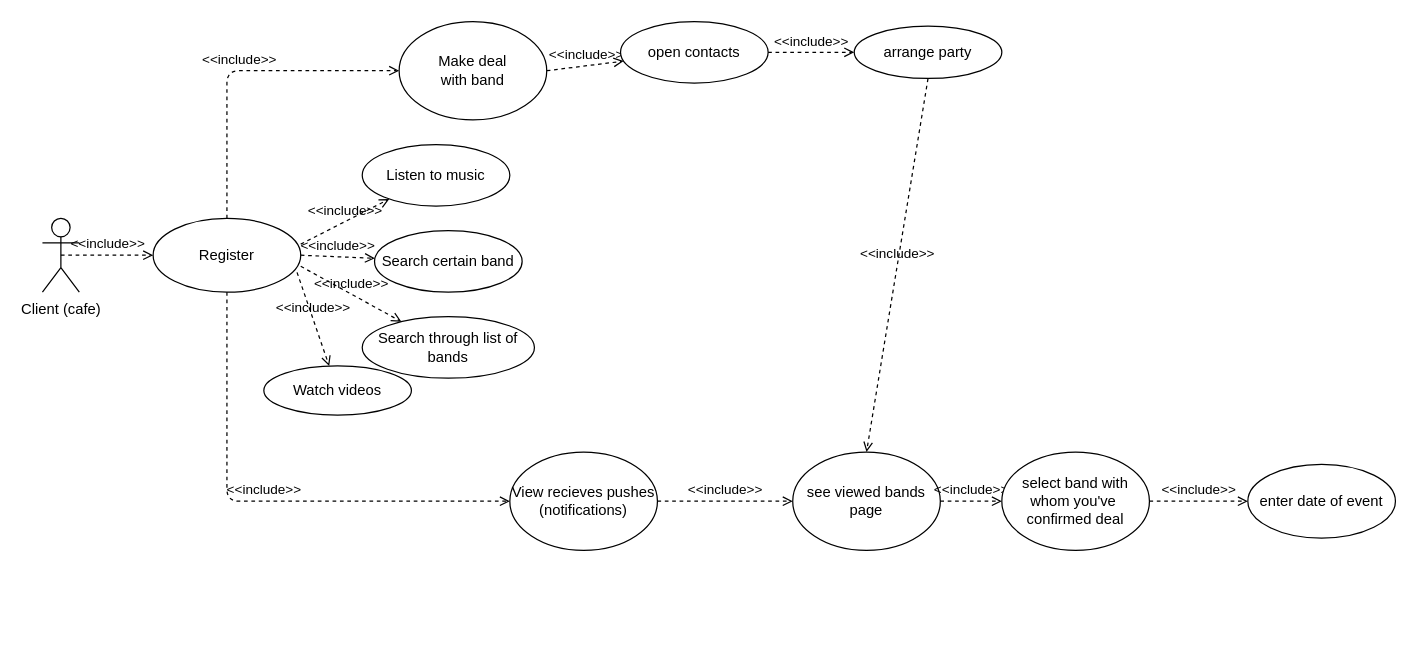
Earlier version of the draw.io diagram FridayNightProjectFiles/actor.drawio (MaksMdmn/FridayNight). Source tidied: cells renumbered, new cells numbered last; positions are measured from the earlier drawing's top-left corner, leaving out a move shared by most shapes. Both pictures are drawn from the tidied source at 123%, with x=0, y=0 at pixel (42, 21).
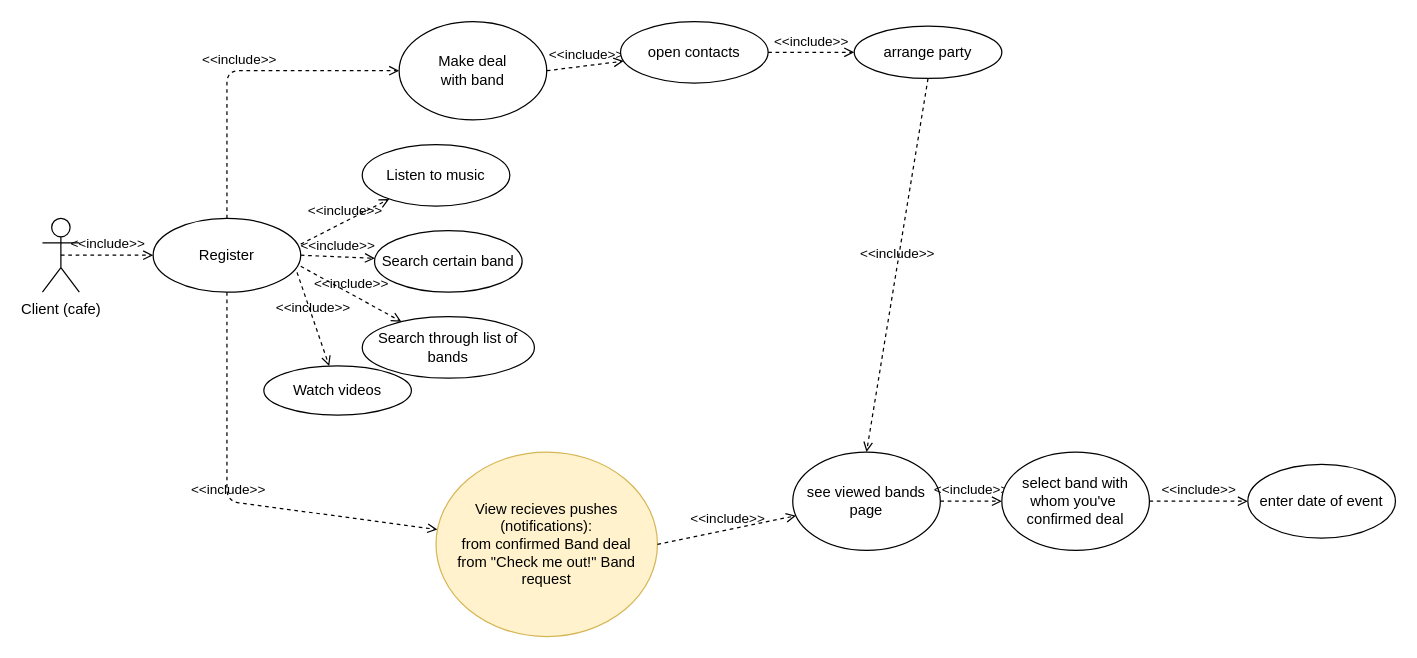
The same diagram, later.

Diff of the diagram source:
```diff
@@
-    <mxCell id="20" value="View recieves pushes (notifications)" style="ellipse;whiteSpace=wrap;html=1;" parent="1" vertex="1">
-      <mxGeometry x="380" y="350" width="120" height="80" as="geometry" />
+    <mxCell id="20" value="View recieves pushes (notifications):&lt;br&gt;from confirmed Band deal&lt;br&gt;from &quot;Check me out!&quot; Band request" style="ellipse;whiteSpace=wrap;html=1;fillColor=#fff2cc;strokeColor=#d6b656;" parent="1" vertex="1">
+      <mxGeometry x="320" y="350" width="180" height="150" as="geometry" />
     </mxCell>
```
